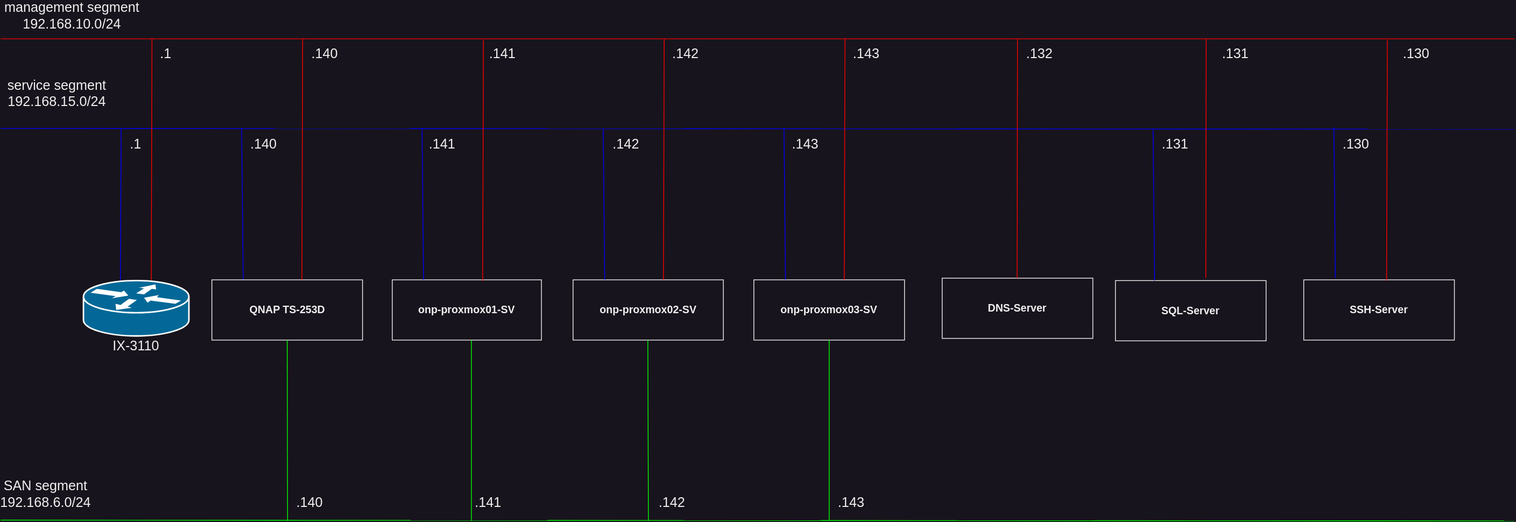
Above: 論理構成図.drawio.svg in maron-gt123/k8s-setup-for-proxmox (draw.io), before the change. Source tidied: cells renumbered, new cells last; positions are measured from the earlier drawing's top-left corner, leaving out a move shared by most shapes.
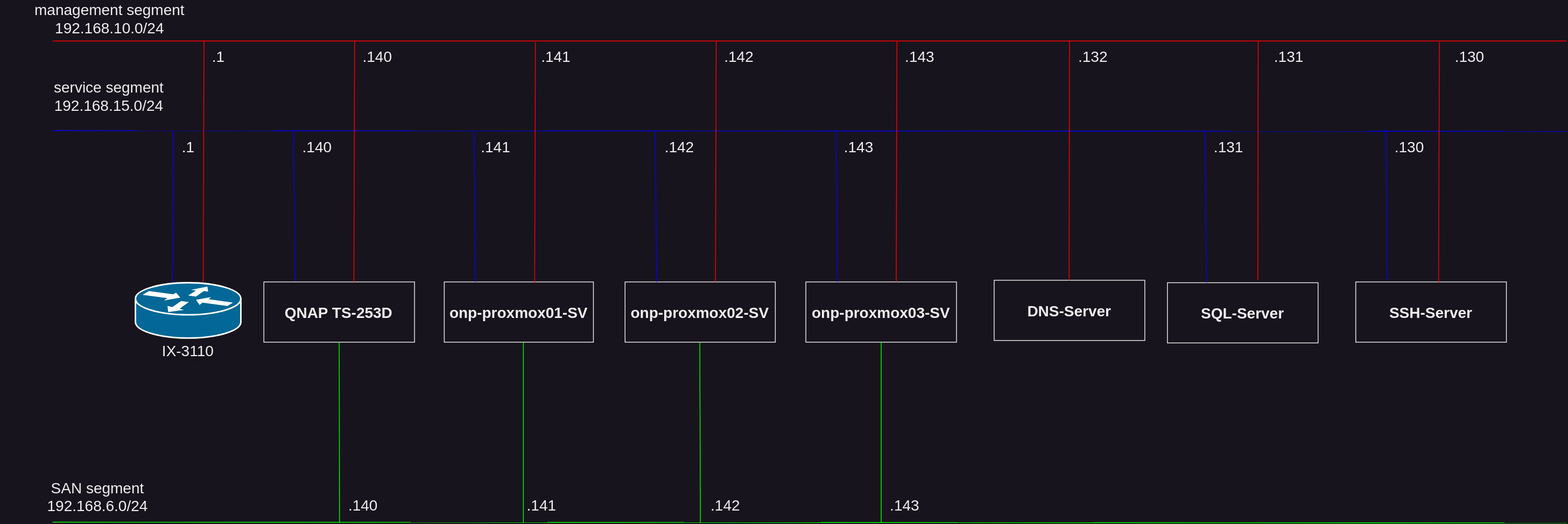
The same diagram one commit later.

Commit message:
Update 論理構成図.drawio.svg

Change to the diagram source:
```diff
@@ -2,8 +2,8 @@
   <root>
     <mxCell id="0" />
     <mxCell id="1" parent="0" />
-    <mxCell id="2" value="&lt;font style=&quot;font-size: 18px&quot;&gt;IX-3110&lt;/font&gt;" style="text;html=1;strokeColor=none;fillColor=none;align=center;verticalAlign=middle;whiteSpace=wrap;rounded=0;" parent="1" vertex="1">
-      <mxGeometry x="130" y="438" width="100" height="20" as="geometry" />
+    <mxCell id="2" value="&lt;font style=&quot;font-size: 20px;&quot;&gt;IX-3110&lt;/font&gt;" style="text;html=1;strokeColor=none;fillColor=none;align=center;verticalAlign=middle;whiteSpace=wrap;rounded=0;textShadow=1;fontSize=20;" parent="1" vertex="1">
+      <mxGeometry x="120" y="441" width="120" height="20" as="geometry" />
     </mxCell>
     <mxCell id="3" style="endArrow=none;html=1;strokeColor=#00FF00;" parent="1" edge="1">
       <mxGeometry relative="1" as="geometry">
@@ -17,13 +17,13 @@
         <mxPoint x="160" y="160" as="targetPoint" />
       </mxGeometry>
     </mxCell>
-    <mxCell id="5" value="&lt;font style=&quot;font-size: 18px&quot;&gt;management segment&lt;br&gt;192.168.10.0/24&lt;/font&gt;" style="text;html=1;strokeColor=none;fillColor=none;align=center;verticalAlign=middle;whiteSpace=wrap;rounded=0;" parent="1" vertex="1">
-      <mxGeometry width="190" height="20" as="geometry" />
+    <mxCell id="5" value="&lt;font style=&quot;font-size: 20px;&quot;&gt;management segment&lt;br style=&quot;font-size: 20px;&quot;&gt;192.168.10.0/24&lt;/font&gt;" style="text;html=1;strokeColor=none;fillColor=none;align=center;verticalAlign=middle;whiteSpace=wrap;rounded=0;fontSize=20;" parent="1" vertex="1">
+      <mxGeometry x="-69" width="290" height="20" as="geometry" />
     </mxCell>
-    <mxCell id="6" value="&lt;font style=&quot;font-size: 18px&quot;&gt;service segment&lt;br&gt;192.168.15.0/24&lt;/font&gt;" style="text;html=1;strokeColor=none;fillColor=none;align=center;verticalAlign=middle;whiteSpace=wrap;rounded=0;" parent="1" vertex="1">
+    <mxCell id="6" value="&lt;font style=&quot;font-size: 20px;&quot;&gt;service segment&lt;br style=&quot;font-size: 20px;&quot;&gt;192.168.15.0/24&lt;/font&gt;" style="text;html=1;strokeColor=none;fillColor=none;align=center;verticalAlign=middle;whiteSpace=wrap;rounded=0;fontSize=20;" parent="1" vertex="1">
       <mxGeometry y="103" width="150" height="20" as="geometry" />
     </mxCell>
-    <mxCell id="7" value="&lt;font style=&quot;font-size: 18px&quot;&gt;SAN segment&lt;br&gt;192.168.6.0/24&lt;/font&gt;" style="text;html=1;strokeColor=none;fillColor=none;align=center;verticalAlign=middle;whiteSpace=wrap;rounded=0;" parent="1" vertex="1">
+    <mxCell id="7" value="&lt;font style=&quot;font-size: 20px;&quot;&gt;SAN segment&lt;br style=&quot;font-size: 20px;&quot;&gt;192.168.6.0/24&lt;/font&gt;" style="text;html=1;strokeColor=none;fillColor=none;align=center;verticalAlign=middle;whiteSpace=wrap;rounded=0;fontSize=20;" parent="1" vertex="1">
       <mxGeometry y="635" width="120" height="20" as="geometry" />
     </mxCell>
     <mxCell id="8" style="endArrow=none;html=1;strokeColor=#0000ff;" parent="1" edge="1">
@@ -32,13 +32,13 @@
         <mxPoint x="2010" y="160" as="targetPoint" />
       </mxGeometry>
     </mxCell>
-    <mxCell id="9" value="&lt;b&gt;&lt;font style=&quot;font-size: 14px&quot;&gt;onp-proxmox01-SV&lt;/font&gt;&lt;/b&gt;" style="rounded=0;whiteSpace=wrap;html=1;align=center;" parent="1" vertex="1">
+    <mxCell id="9" value="&lt;b style=&quot;font-size: 20px;&quot;&gt;&lt;font style=&quot;font-size: 20px;&quot;&gt;onp-proxmox01-SV&lt;/font&gt;&lt;/b&gt;" style="rounded=0;whiteSpace=wrap;html=1;align=center;fontSize=20;" parent="1" vertex="1">
       <mxGeometry x="520" y="360" width="198" height="80" as="geometry" />
     </mxCell>
-    <mxCell id="10" value="&lt;b&gt;&lt;font style=&quot;font-size: 14px&quot;&gt;onp-proxmox02-SV&lt;/font&gt;&lt;/b&gt;" style="rounded=0;whiteSpace=wrap;html=1;align=center;" parent="1" vertex="1">
+    <mxCell id="10" value="&lt;b style=&quot;font-size: 20px;&quot;&gt;&lt;font style=&quot;font-size: 20px;&quot;&gt;onp-proxmox02-SV&lt;/font&gt;&lt;/b&gt;" style="rounded=0;whiteSpace=wrap;html=1;align=center;fontSize=20;" parent="1" vertex="1">
       <mxGeometry x="760" y="360" width="199.5" height="80" as="geometry" />
     </mxCell>
-    <mxCell id="11" value="&lt;b&gt;&lt;font style=&quot;font-size: 14px&quot;&gt;onp-proxmox03-SV&lt;/font&gt;&lt;/b&gt;" style="rounded=0;whiteSpace=wrap;html=1;align=center;" parent="1" vertex="1">
+    <mxCell id="11" value="&lt;b style=&quot;font-size: 20px;&quot;&gt;&lt;font style=&quot;font-size: 20px;&quot;&gt;onp-proxmox03-SV&lt;/font&gt;&lt;/b&gt;" style="rounded=0;whiteSpace=wrap;html=1;align=center;fontSize=20;" parent="1" vertex="1">
       <mxGeometry x="1000" y="360" width="200" height="80" as="geometry" />
     </mxCell>
     <mxCell id="12" style="endArrow=none;html=1;exitX=0.208;exitY=0;exitDx=0;exitDy=0;strokeColor=#0000ff;exitPerimeter=0;" parent="1" edge="1" source="25">
@@ -46,19 +46,19 @@
         <mxPoint x="320" y="160" as="targetPoint" />
       </mxGeometry>
     </mxCell>
-    <mxCell id="13" value="&lt;font style=&quot;font-size: 18px&quot;&gt;.141&lt;/font&gt;" style="text;html=1;strokeColor=none;fillColor=none;align=left;verticalAlign=middle;whiteSpace=wrap;rounded=0;" parent="1" vertex="1">
+    <mxCell id="13" value="&lt;font style=&quot;font-size: 20px;&quot;&gt;.141&lt;/font&gt;" style="text;html=1;strokeColor=none;fillColor=none;align=left;verticalAlign=middle;whiteSpace=wrap;rounded=0;fontSize=20;" parent="1" vertex="1">
       <mxGeometry x="566.5" y="170" width="51" height="20" as="geometry" />
     </mxCell>
-    <mxCell id="14" value="&lt;font style=&quot;font-size: 18px&quot;&gt;.142&lt;/font&gt;" style="text;html=1;strokeColor=none;fillColor=none;align=left;verticalAlign=middle;whiteSpace=wrap;rounded=0;" parent="1" vertex="1">
+    <mxCell id="14" value="&lt;font style=&quot;font-size: 20px;&quot;&gt;.142&lt;/font&gt;" style="text;html=1;strokeColor=none;fillColor=none;align=left;verticalAlign=middle;whiteSpace=wrap;rounded=0;fontSize=20;" parent="1" vertex="1">
       <mxGeometry x="811" y="170" width="51" height="20" as="geometry" />
     </mxCell>
-    <mxCell id="15" value="&lt;font style=&quot;font-size: 18px&quot;&gt;.143&lt;/font&gt;" style="text;html=1;strokeColor=none;fillColor=none;align=left;verticalAlign=middle;whiteSpace=wrap;rounded=0;" parent="1" vertex="1">
+    <mxCell id="15" value="&lt;font style=&quot;font-size: 20px;&quot;&gt;.143&lt;/font&gt;" style="text;html=1;strokeColor=none;fillColor=none;align=left;verticalAlign=middle;whiteSpace=wrap;rounded=0;fontSize=20;" parent="1" vertex="1">
       <mxGeometry x="1049" y="170" width="51" height="20" as="geometry" />
     </mxCell>
-    <mxCell id="16" value="&lt;span style=&quot;font-size: 14px&quot;&gt;&lt;b&gt;DNS-Server&lt;/b&gt;&lt;/span&gt;" style="rounded=0;whiteSpace=wrap;html=1;align=center;" parent="1" vertex="1">
+    <mxCell id="16" value="&lt;span style=&quot;font-size: 20px;&quot;&gt;&lt;b style=&quot;font-size: 20px;&quot;&gt;DNS-Server&lt;/b&gt;&lt;/span&gt;" style="rounded=0;whiteSpace=wrap;html=1;align=center;fontSize=20;" parent="1" vertex="1">
       <mxGeometry x="1250" y="357.8" width="200" height="80" as="geometry" />
     </mxCell>
-    <mxCell id="17" value="&lt;span style=&quot;font-size: 14px&quot;&gt;&lt;b&gt;SQL-Server&lt;/b&gt;&lt;/span&gt;" style="rounded=0;whiteSpace=wrap;html=1;align=center;" parent="1" vertex="1">
+    <mxCell id="17" value="&lt;span style=&quot;font-size: 20px;&quot;&gt;&lt;b style=&quot;font-size: 20px;&quot;&gt;SQL-Server&lt;/b&gt;&lt;/span&gt;" style="rounded=0;whiteSpace=wrap;html=1;align=center;fontSize=20;" parent="1" vertex="1">
       <mxGeometry x="1480" y="361" width="200" height="80" as="geometry" />
     </mxCell>
     <mxCell id="18" style="endArrow=none;html=1;rounded=0;fillColor=#e51400;strokeColor=#ff0000;" parent="1" edge="1">
@@ -67,25 +67,25 @@
         <mxPoint x="2010" y="40" as="targetPoint" />
       </mxGeometry>
     </mxCell>
-    <mxCell id="19" value="&lt;font style=&quot;font-size: 18px&quot;&gt;.141&lt;/font&gt;" style="text;html=1;strokeColor=none;fillColor=none;align=left;verticalAlign=middle;whiteSpace=wrap;rounded=0;" parent="1" vertex="1">
+    <mxCell id="19" value="&lt;font style=&quot;font-size: 20px;&quot;&gt;.141&lt;/font&gt;" style="text;html=1;strokeColor=none;fillColor=none;align=left;verticalAlign=middle;whiteSpace=wrap;rounded=0;fontSize=20;" parent="1" vertex="1">
       <mxGeometry x="647" y="50" width="51" height="20" as="geometry" />
     </mxCell>
-    <mxCell id="20" value="&lt;font style=&quot;font-size: 18px&quot;&gt;.142&lt;/font&gt;" style="text;html=1;strokeColor=none;fillColor=none;align=left;verticalAlign=middle;whiteSpace=wrap;rounded=0;" parent="1" vertex="1">
+    <mxCell id="20" value="&lt;font style=&quot;font-size: 20px;&quot;&gt;.142&lt;/font&gt;" style="text;html=1;strokeColor=none;fillColor=none;align=left;verticalAlign=middle;whiteSpace=wrap;rounded=0;fontSize=20;" parent="1" vertex="1">
       <mxGeometry x="890" y="50" width="51" height="20" as="geometry" />
     </mxCell>
-    <mxCell id="21" value="&lt;font style=&quot;font-size: 18px&quot;&gt;.143&lt;/font&gt;" style="text;html=1;strokeColor=none;fillColor=none;align=left;verticalAlign=middle;whiteSpace=wrap;rounded=0;" parent="1" vertex="1">
+    <mxCell id="21" value="&lt;font style=&quot;font-size: 20px;&quot;&gt;.143&lt;/font&gt;" style="text;html=1;strokeColor=none;fillColor=none;align=left;verticalAlign=middle;whiteSpace=wrap;rounded=0;fontSize=20;" parent="1" vertex="1">
       <mxGeometry x="1130" y="50" width="51" height="20" as="geometry" />
     </mxCell>
-    <mxCell id="22" value="&lt;font style=&quot;font-size: 18px&quot;&gt;.1&lt;/font&gt;" style="text;html=1;strokeColor=none;fillColor=none;align=left;verticalAlign=middle;whiteSpace=wrap;rounded=0;" parent="1" vertex="1">
+    <mxCell id="22" value="&lt;font style=&quot;font-size: 20px;&quot;&gt;.1&lt;/font&gt;" style="text;html=1;strokeColor=none;fillColor=none;align=left;verticalAlign=middle;whiteSpace=wrap;rounded=0;fontSize=20;" parent="1" vertex="1">
       <mxGeometry x="170" y="170" width="51" height="20" as="geometry" />
     </mxCell>
-    <mxCell id="23" value="&lt;font style=&quot;font-size: 18px&quot;&gt;.1&lt;/font&gt;" style="text;html=1;strokeColor=none;fillColor=none;align=left;verticalAlign=middle;whiteSpace=wrap;rounded=0;" parent="1" vertex="1">
+    <mxCell id="23" value="&lt;font style=&quot;font-size: 20px;&quot;&gt;.1&lt;/font&gt;" style="text;html=1;strokeColor=none;fillColor=none;align=left;verticalAlign=middle;whiteSpace=wrap;rounded=0;fontSize=20;" parent="1" vertex="1">
       <mxGeometry x="210" y="50" width="51" height="20" as="geometry" />
     </mxCell>
     <mxCell id="24" style="shape=mxgraph.cisco.routers.router;html=1;dashed=0;fillColor=#036897;strokeColor=#ffffff;strokeWidth=2;verticalLabelPosition=bottom;verticalAlign=top;align=center;" parent="1" vertex="1">
       <mxGeometry x="110" y="361" width="140" height="73.5" as="geometry" />
     </mxCell>
-    <mxCell id="25" value="&lt;span style=&quot;&quot;&gt;&lt;font style=&quot;font-size: 14px&quot;&gt;&lt;b&gt;QNAP TS-253D&lt;/b&gt;&lt;/font&gt;&lt;/span&gt;" style="rounded=0;whiteSpace=wrap;html=1;align=center;" parent="1" vertex="1">
+    <mxCell id="25" value="&lt;span style=&quot;font-size: 20px;&quot;&gt;&lt;font style=&quot;font-size: 20px;&quot;&gt;&lt;b style=&quot;font-size: 20px;&quot;&gt;QNAP TS-253D&lt;/b&gt;&lt;/font&gt;&lt;/span&gt;" style="rounded=0;whiteSpace=wrap;html=1;align=center;fontSize=20;" parent="1" vertex="1">
       <mxGeometry x="280.5" y="360" width="200" height="80" as="geometry" />
     </mxCell>
     <mxCell id="26" style="endArrow=none;html=1;strokeColor=#00ff00;entryX=0.5;entryY=1;entryDx=0;entryDy=0;fillColor=#008a00;" parent="1" edge="1" target="25">
@@ -159,25 +159,25 @@
         <mxPoint x="1121" y="40" as="targetPoint" />
       </mxGeometry>
     </mxCell>
-    <mxCell id="38" value="&lt;font style=&quot;font-size: 18px&quot;&gt;.140&lt;/font&gt;" style="text;html=1;strokeColor=none;fillColor=none;align=left;verticalAlign=middle;whiteSpace=wrap;rounded=0;" parent="1" vertex="1">
+    <mxCell id="38" value="&lt;font style=&quot;font-size: 20px;&quot;&gt;.140&lt;/font&gt;" style="text;html=1;strokeColor=none;fillColor=none;align=left;verticalAlign=middle;whiteSpace=wrap;rounded=0;fontSize=20;" parent="1" vertex="1">
       <mxGeometry x="330" y="170" width="51" height="20" as="geometry" />
     </mxCell>
-    <mxCell id="39" value="&lt;font style=&quot;font-size: 18px&quot;&gt;.140&lt;/font&gt;" style="text;html=1;strokeColor=none;fillColor=none;align=left;verticalAlign=middle;whiteSpace=wrap;rounded=0;" parent="1" vertex="1">
+    <mxCell id="39" value="&lt;font style=&quot;font-size: 20px;&quot;&gt;.140&lt;/font&gt;" style="text;html=1;strokeColor=none;fillColor=none;align=left;verticalAlign=middle;whiteSpace=wrap;rounded=0;fontSize=20;" parent="1" vertex="1">
       <mxGeometry x="410.5" y="50" width="51" height="20" as="geometry" />
     </mxCell>
-    <mxCell id="40" value="&lt;font style=&quot;font-size: 18px&quot;&gt;.141&lt;/font&gt;" style="text;html=1;strokeColor=none;fillColor=none;align=left;verticalAlign=middle;whiteSpace=wrap;rounded=0;" parent="1" vertex="1">
+    <mxCell id="40" value="&lt;font style=&quot;font-size: 20px;&quot;&gt;.141&lt;/font&gt;" style="text;html=1;strokeColor=none;fillColor=none;align=left;verticalAlign=middle;whiteSpace=wrap;rounded=0;fontSize=20;" parent="1" vertex="1">
       <mxGeometry x="627.5" y="646" width="51" height="20" as="geometry" />
     </mxCell>
-    <mxCell id="41" value="&lt;font style=&quot;font-size: 18px&quot;&gt;.142&lt;/font&gt;" style="text;html=1;strokeColor=none;fillColor=none;align=left;verticalAlign=middle;whiteSpace=wrap;rounded=0;" parent="1" vertex="1">
+    <mxCell id="41" value="&lt;font style=&quot;font-size: 20px;&quot;&gt;.142&lt;/font&gt;" style="text;html=1;strokeColor=none;fillColor=none;align=left;verticalAlign=middle;whiteSpace=wrap;rounded=0;fontSize=20;" parent="1" vertex="1">
       <mxGeometry x="872" y="646" width="51" height="20" as="geometry" />
     </mxCell>
-    <mxCell id="42" value="&lt;font style=&quot;font-size: 18px&quot;&gt;.143&lt;/font&gt;" style="text;html=1;strokeColor=none;fillColor=none;align=left;verticalAlign=middle;whiteSpace=wrap;rounded=0;" parent="1" vertex="1">
+    <mxCell id="42" value="&lt;font style=&quot;font-size: 20px;&quot;&gt;.143&lt;/font&gt;" style="text;html=1;strokeColor=none;fillColor=none;align=left;verticalAlign=middle;whiteSpace=wrap;rounded=0;fontSize=20;" parent="1" vertex="1">
       <mxGeometry x="1110" y="646" width="51" height="20" as="geometry" />
     </mxCell>
-    <mxCell id="43" value="&lt;font style=&quot;font-size: 18px&quot;&gt;.140&lt;/font&gt;" style="text;html=1;strokeColor=none;fillColor=none;align=left;verticalAlign=middle;whiteSpace=wrap;rounded=0;" parent="1" vertex="1">
+    <mxCell id="43" value="&lt;font style=&quot;font-size: 20px;&quot;&gt;.140&lt;/font&gt;" style="text;html=1;strokeColor=none;fillColor=none;align=left;verticalAlign=middle;whiteSpace=wrap;rounded=0;fontSize=20;" parent="1" vertex="1">
       <mxGeometry x="391" y="646" width="51" height="20" as="geometry" />
     </mxCell>
-    <mxCell id="44" value="&lt;b style=&quot;font-size: 14px;&quot;&gt;SSH-Server&lt;/b&gt;" style="rounded=0;whiteSpace=wrap;html=1;align=center;" parent="1" vertex="1">
+    <mxCell id="44" value="&lt;b style=&quot;font-size: 20px;&quot;&gt;SSH-Server&lt;/b&gt;" style="rounded=0;whiteSpace=wrap;html=1;align=center;fontSize=20;" parent="1" vertex="1">
       <mxGeometry x="1730" y="360" width="200" height="80" as="geometry" />
     </mxCell>
     <mxCell id="45" style="endArrow=none;html=1;exitX=0.208;exitY=0;exitDx=0;exitDy=0;strokeColor=#0000ff;exitPerimeter=0;" parent="1" edge="1">
@@ -198,10 +198,10 @@
         <mxPoint x="1841" y="41" as="targetPoint" />
       </mxGeometry>
     </mxCell>
-    <mxCell id="48" value="&lt;font style=&quot;font-size: 18px&quot;&gt;.130&lt;/font&gt;" style="text;html=1;strokeColor=none;fillColor=none;align=left;verticalAlign=middle;whiteSpace=wrap;rounded=0;" parent="1" vertex="1">
+    <mxCell id="48" value="&lt;font style=&quot;font-size: 20px;&quot;&gt;.130&lt;/font&gt;" style="text;html=1;strokeColor=none;fillColor=none;align=left;verticalAlign=middle;whiteSpace=wrap;rounded=0;fontSize=20;" parent="1" vertex="1">
       <mxGeometry x="1860" y="50" width="51" height="20" as="geometry" />
     </mxCell>
-    <mxCell id="49" value="&lt;font style=&quot;font-size: 18px&quot;&gt;.130&lt;/font&gt;" style="text;html=1;strokeColor=none;fillColor=none;align=left;verticalAlign=middle;whiteSpace=wrap;rounded=0;" parent="1" vertex="1">
+    <mxCell id="49" value="&lt;font style=&quot;font-size: 20px;&quot;&gt;.130&lt;/font&gt;" style="text;html=1;strokeColor=none;fillColor=none;align=left;verticalAlign=middle;whiteSpace=wrap;rounded=0;fontSize=20;" parent="1" vertex="1">
       <mxGeometry x="1780" y="170" width="51" height="20" as="geometry" />
     </mxCell>
     <mxCell id="50" style="endArrow=none;html=1;fillColor=#e51400;strokeColor=#ff0000;" parent="1" edge="1">
@@ -210,13 +210,13 @@
         <mxPoint x="1350" y="40" as="targetPoint" />
       </mxGeometry>
     </mxCell>
-    <mxCell id="51" value="&lt;font style=&quot;font-size: 18px&quot;&gt;.132&lt;/font&gt;" style="text;html=1;strokeColor=none;fillColor=none;align=left;verticalAlign=middle;whiteSpace=wrap;rounded=0;" parent="1" vertex="1">
+    <mxCell id="51" value="&lt;font style=&quot;font-size: 20px;&quot;&gt;.132&lt;/font&gt;" style="text;html=1;strokeColor=none;fillColor=none;align=left;verticalAlign=middle;whiteSpace=wrap;rounded=0;fontSize=20;" parent="1" vertex="1">
       <mxGeometry x="1360" y="50" width="51" height="20" as="geometry" />
     </mxCell>
-    <mxCell id="52" value="&lt;font style=&quot;font-size: 18px&quot;&gt;.131&lt;/font&gt;" style="text;html=1;strokeColor=none;fillColor=none;align=left;verticalAlign=middle;whiteSpace=wrap;rounded=0;" parent="1" vertex="1">
+    <mxCell id="52" value="&lt;font style=&quot;font-size: 20px;&quot;&gt;.131&lt;/font&gt;" style="text;html=1;strokeColor=none;fillColor=none;align=left;verticalAlign=middle;whiteSpace=wrap;rounded=0;fontSize=20;" parent="1" vertex="1">
       <mxGeometry x="1620" y="50" width="51" height="20" as="geometry" />
     </mxCell>
-    <mxCell id="53" value="&lt;font style=&quot;font-size: 18px&quot;&gt;.131&lt;/font&gt;" style="text;html=1;strokeColor=none;fillColor=none;align=left;verticalAlign=middle;whiteSpace=wrap;rounded=0;" parent="1" vertex="1">
+    <mxCell id="53" value="&lt;font style=&quot;font-size: 20px;&quot;&gt;.131&lt;/font&gt;" style="text;html=1;strokeColor=none;fillColor=none;align=left;verticalAlign=middle;whiteSpace=wrap;rounded=0;fontSize=20;" parent="1" vertex="1">
       <mxGeometry x="1540" y="170" width="51" height="20" as="geometry" />
     </mxCell>
     <mxCell id="54" style="endArrow=none;html=1;fillColor=#e51400;strokeColor=#ff0000;" parent="1" edge="1">
```
